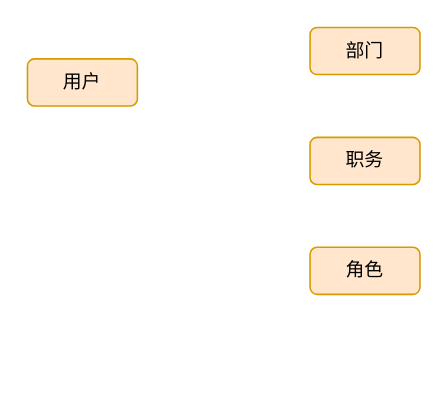
Earlier version of the draw.io diagram 系统文件.drawio (huangxunlei/drawio). Source tidied: cells renumbered, new cells numbered last; positions are measured from the earlier drawing's top-left corner, leaving out a move shared by most shapes. Both pictures are drawn from the tidied source at 157%, with x=0, y=0 at pixel (27, 27).
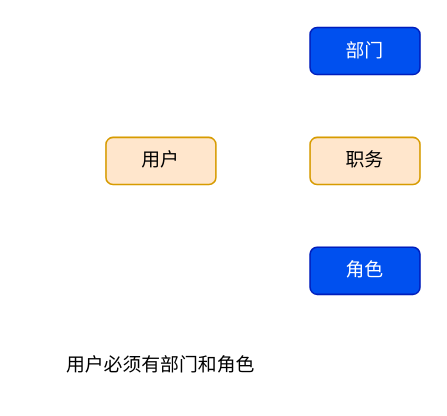
Above is the later version.

Commit message (it also covers changes not shown here):
更新系统文件.drawio

Change to the diagram source:
```diff
@@
 <mxGraphModel>
   <root>
     <mxCell id="0" />
     <mxCell id="1" parent="0" />
     <mxCell id="2" value="用户" style="rounded=1;whiteSpace=wrap;html=1;fillColor=#ffe6cc;strokeColor=#d79b00;" parent="1" vertex="1">
-      <mxGeometry y="20" width="70" height="30" as="geometry" />
+      <mxGeometry x="50" y="70" width="70" height="30" as="geometry" />
     </mxCell>
-    <mxCell id="3" value="部门" style="rounded=1;whiteSpace=wrap;html=1;fillColor=#ffe6cc;strokeColor=#d79b00;" parent="1" vertex="1">
+    <mxCell id="3" value="部门" style="rounded=1;whiteSpace=wrap;html=1;fillColor=#0050ef;strokeColor=#001DBC;fontColor=#ffffff;" parent="1" vertex="1">
       <mxGeometry x="180" width="70" height="30" as="geometry" />
     </mxCell>
     <mxCell id="4" value="职务" style="rounded=1;whiteSpace=wrap;html=1;fillColor=#ffe6cc;strokeColor=#d79b00;" parent="1" vertex="1">
       <mxGeometry x="180" y="70" width="70" height="30" as="geometry" />
     </mxCell>
-    <mxCell id="5" value="角色" style="rounded=1;whiteSpace=wrap;html=1;fillColor=#ffe6cc;strokeColor=#d79b00;" parent="1" vertex="1">
+    <mxCell id="5" value="角色" style="rounded=1;whiteSpace=wrap;html=1;fillColor=#0050ef;strokeColor=#001DBC;fontColor=#ffffff;" parent="1" vertex="1">
       <mxGeometry x="180" y="140" width="70" height="30" as="geometry" />
     </mxCell>
+    <mxCell id="6" value="用户必须有部门和角色" style="text;html=1;align=center;verticalAlign=middle;whiteSpace=wrap;rounded=0;" parent="1" vertex="1">
+      <mxGeometry x="15" y="200" width="140" height="30" as="geometry" />
+    </mxCell>
   </root>
 </mxGraphModel>
```
